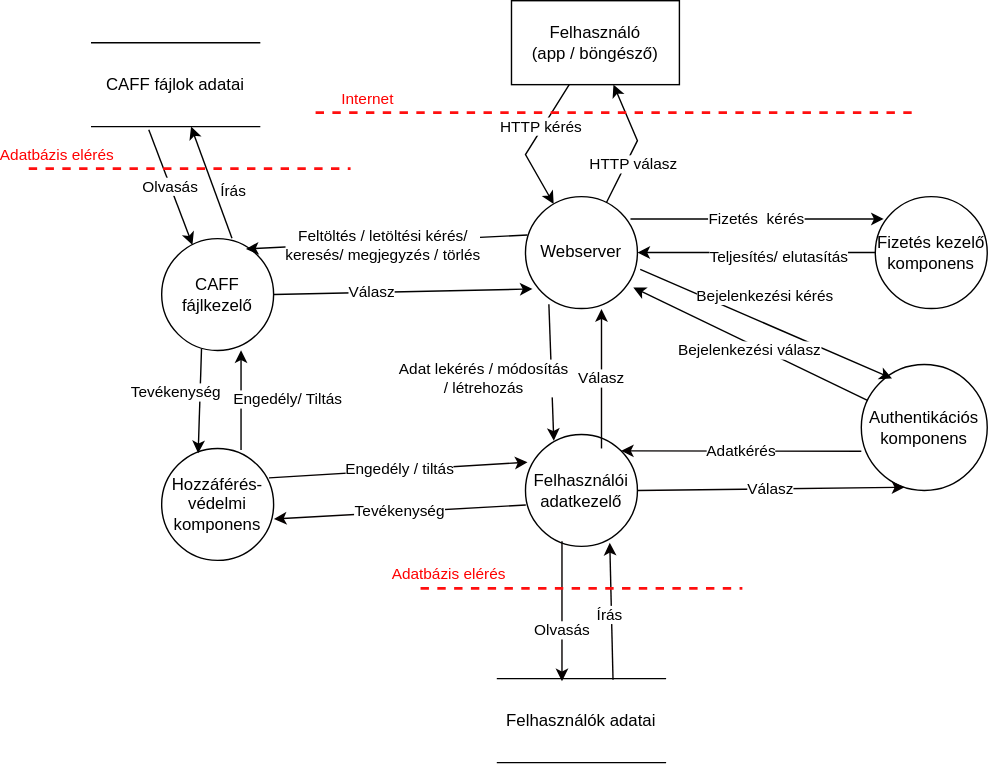
This is Pictures/Data_flow_chart.svg from Fylota/hagyma_crysys, a draw.io export, as it was before one commit. Source tidied: cells renumbered, new cells last; positions are measured from the earlier drawing's top-left corner, leaving out a move shared by most shapes.
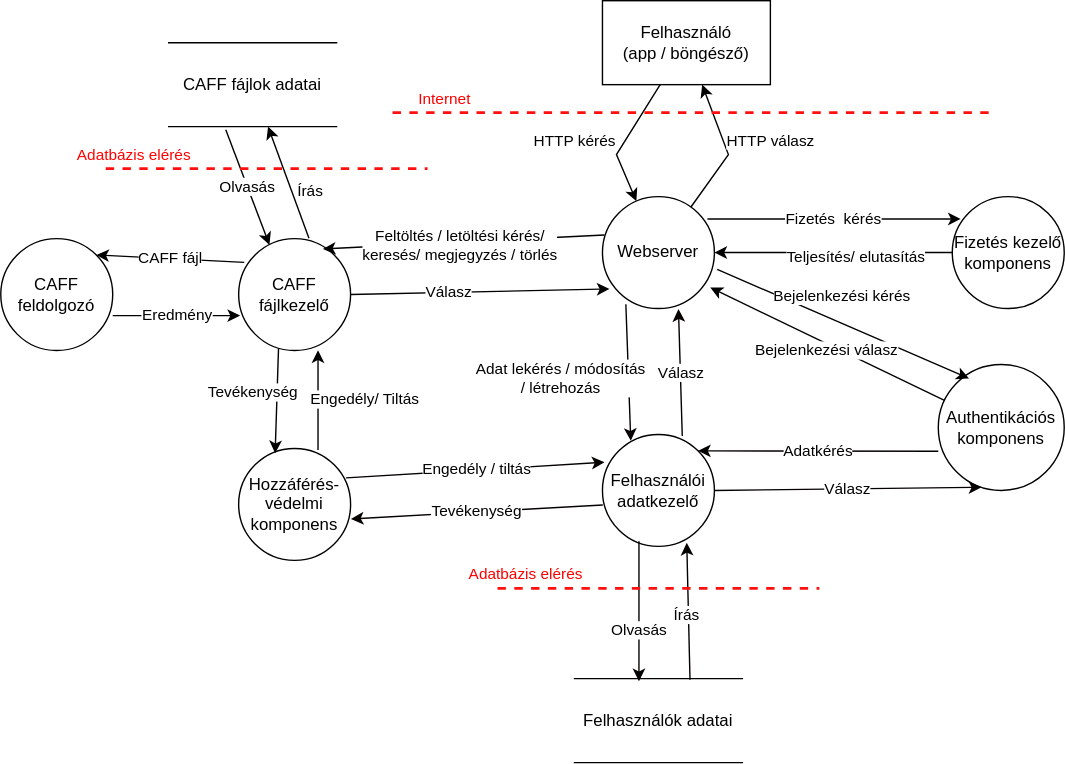
The same file after the commit.

Diff of the diagram source:
```diff
@@ -6,21 +6,22 @@
       <mxGeometry x="355" y="140" width="80" height="80" as="geometry" />
     </mxCell>
     <mxCell id="3" value="Felhasználó&lt;br&gt;(app / böngésző)" style="rounded=0;whiteSpace=wrap;html=1;fillColor=none;" parent="1" vertex="1">
-      <mxGeometry x="345" width="120" height="60" as="geometry" />
+      <mxGeometry x="355" width="120" height="60" as="geometry" />
     </mxCell>
     <mxCell id="4" value="HTTP kérés" style="endArrow=classic;html=1;rounded=0;" parent="1" edge="1" source="3" target="2">
-      <mxGeometry x="-0.28" y="-1" relative="1" as="geometry">
+      <mxGeometry x="0.24" y="-32" relative="1" as="geometry">
         <Array as="points">
-          <mxPoint x="355" y="110" />
+          <mxPoint x="365" y="110" />
         </Array>
+        <mxPoint x="-1" y="-23" as="offset" />
       </mxGeometry>
     </mxCell>
     <mxCell id="5" value="HTTP válasz" style="endArrow=classic;html=1;rounded=0;" parent="1" edge="1" source="2" target="3">
-      <mxGeometry x="-0.32" y="-4" relative="1" as="geometry">
+      <mxGeometry x="-0.07" y="-32" relative="1" as="geometry">
         <Array as="points">
-          <mxPoint x="435" y="100" />
+          <mxPoint x="445" y="110" />
         </Array>
-        <mxPoint x="1" as="offset" />
+        <mxPoint y="1" as="offset" />
       </mxGeometry>
     </mxCell>
     <mxCell id="6" value="Authentikációs komponens" style="ellipse;whiteSpace=wrap;html=1;fillColor=none;" parent="1" vertex="1">
@@ -91,7 +92,7 @@
     <mxCell id="23" value="Válasz" style="endArrow=classic;html=1;rounded=0;strokeColor=#050000;fontColor=#000000;exitX=1;exitY=0.5;exitDx=0;exitDy=0;entryX=0.342;entryY=0.975;entryDx=0;entryDy=0;entryPerimeter=0;" parent="1" edge="1" source="21" target="6">
       <mxGeometry relative="1" as="geometry" />
     </mxCell>
-    <mxCell id="24" value="Válasz" style="endArrow=classic;html=1;rounded=0;strokeColor=#050000;fontColor=#000000;entryX=0.679;entryY=1.005;entryDx=0;entryDy=0;entryPerimeter=0;exitX=0.679;exitY=0.125;exitDx=0;exitDy=0;exitPerimeter=0;" parent="1" edge="1" source="21" target="2">
+    <mxCell id="24" value="Válasz" style="endArrow=classic;html=1;rounded=0;strokeColor=#050000;fontColor=#000000;entryX=0.679;entryY=1.005;entryDx=0;entryDy=0;entryPerimeter=0;exitX=0.713;exitY=0.013;exitDx=0;exitDy=0;exitPerimeter=0;" parent="1" edge="1" source="21" target="2">
       <mxGeometry relative="1" as="geometry" />
     </mxCell>
     <mxCell id="25" value="Adat lekérés / módosítás &lt;br&gt;/ létrehozás" style="endArrow=classic;html=1;rounded=0;strokeColor=#050000;fontColor=#000000;exitX=0.209;exitY=0.961;exitDx=0;exitDy=0;exitPerimeter=0;entryX=0.253;entryY=0.057;entryDx=0;entryDy=0;entryPerimeter=0;" parent="1" edge="1" source="2" target="21">
@@ -147,5 +148,14 @@
     <mxCell id="37" value="Teljesítés/ elutasítás" style="endArrow=classic;html=1;rounded=0;entryX=1;entryY=0.5;entryDx=0;entryDy=0;exitX=0;exitY=0.5;exitDx=0;exitDy=0;" parent="1" edge="1" source="35" target="2">
       <mxGeometry x="-0.18" y="3" relative="1" as="geometry" />
     </mxCell>
+    <mxCell id="38" value="CAFF&lt;br&gt;feldolgozó" style="ellipse;whiteSpace=wrap;html=1;fillColor=none;" parent="1" vertex="1">
+      <mxGeometry x="-75" y="170" width="80" height="80" as="geometry" />
+    </mxCell>
+    <mxCell id="39" value="CAFF fájl" style="endArrow=classic;html=1;rounded=0;entryX=1;entryY=0;entryDx=0;entryDy=0;exitX=0.05;exitY=0.213;exitDx=0;exitDy=0;exitPerimeter=0;" parent="1" edge="1" source="10" target="38">
+      <mxGeometry relative="1" as="geometry" />
+    </mxCell>
+    <mxCell id="40" value="Eredmény" style="endArrow=classic;html=1;rounded=0;exitX=1;exitY=0.688;exitDx=0;exitDy=0;exitPerimeter=0;entryX=0.013;entryY=0.688;entryDx=0;entryDy=0;entryPerimeter=0;" parent="1" edge="1" source="38" target="10">
+      <mxGeometry relative="1" as="geometry" />
+    </mxCell>
   </root>
 </mxGraphModel>
```
